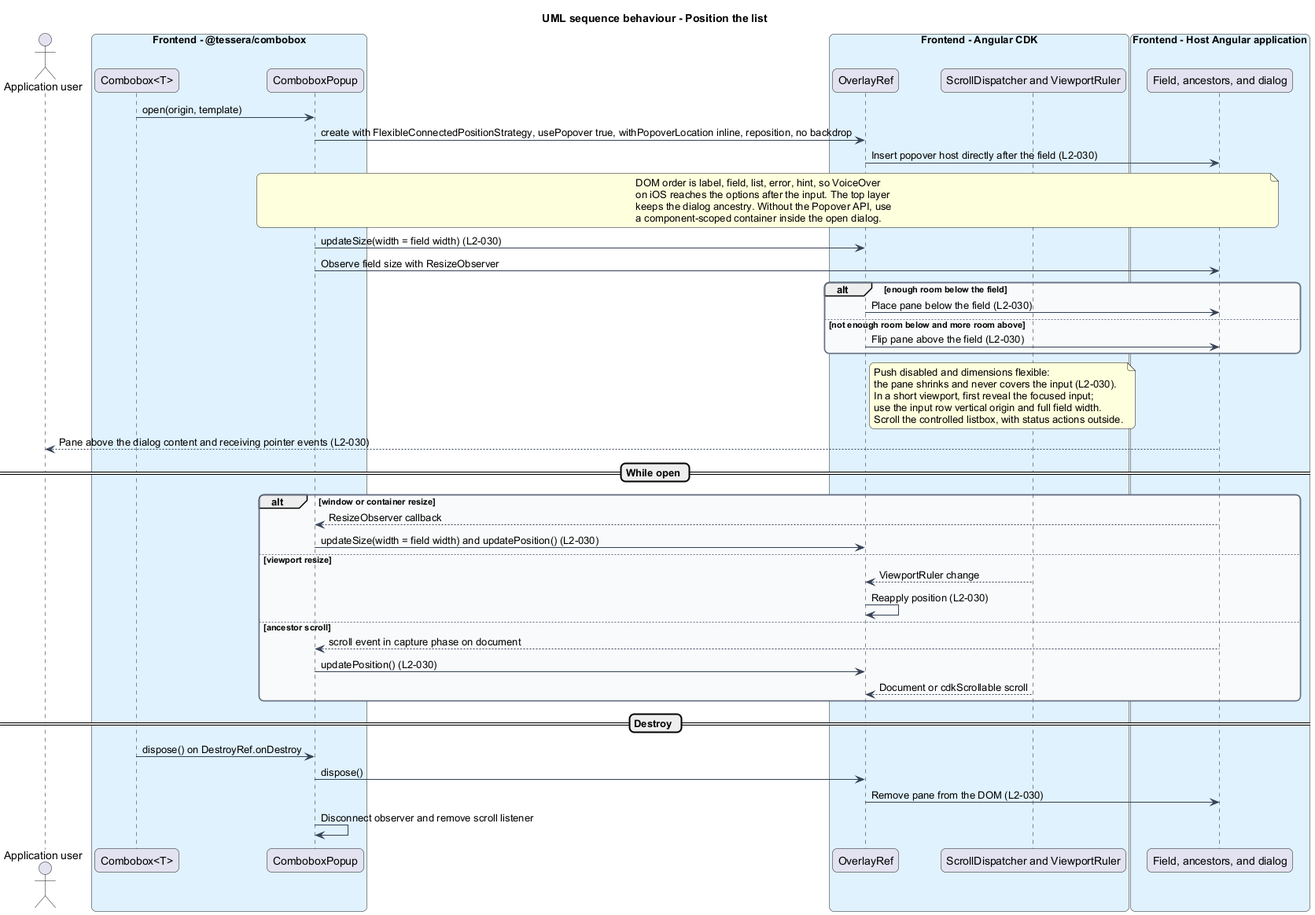
Before: docs/detailed-designs/combobox/open-and-position-list/diagrams/sequence-position.png, a diagram exported from PlantUML (QuinntyneBrown/Tessera). The source it was exported from:
```plantuml
@startuml
title UML sequence behaviour - Position the list
skinparam backgroundColor #FFFFFF
skinparam shadowing false
skinparam roundcorner 12
skinparam defaultFontName Arial
skinparam ArrowColor #344054
skinparam rectangle {
  BorderColor #344054
  FontColor #101828
}
skinparam package {
  BorderColor #667085
  FontColor #101828
  BackgroundColor #F9FAFB
}
actor "Application user" as user
box "Frontend - @tessera/combobox" #E0F2FE
  participant "Combobox<T>" as combo
  participant "ComboboxPopup" as popup
end box
box "Frontend - Angular CDK" #E0F2FE
  participant "OverlayRef" as overlay
  participant "ScrollDispatcher and ViewportRuler" as scroll
end box
box "Frontend - Host Angular application" #E0F2FE
  participant "Field, ancestors, and dialog" as page
end box

combo -> popup : open(origin, template)
popup -> overlay : create with FlexibleConnectedPositionStrategy, usePopover true, withPopoverLocation inline, reposition, no backdrop
overlay -> page : Insert popover host directly after the field (L2-030)
note over popup, page
  DOM order is label, field, list, error, hint, so VoiceOver
  on iOS reaches the options after the input. The top layer
  keeps the dialog ancestry. Without the Popover API, use
  a component-scoped container inside the open dialog.
end note
popup -> overlay : updateSize(width = field width) (L2-030)
popup -> page : Observe field size with ResizeObserver
alt enough room below the field
  overlay -> page : Place pane below the field (L2-030)
else not enough room below and more room above
  overlay -> page : Flip pane above the field (L2-030)
end
note right of overlay
  Push disabled and dimensions flexible:
  the pane shrinks and never covers the input (L2-030).
  In a short viewport, first reveal the focused input;
  use the input row vertical origin and full field width.
  Scroll the controlled listbox, with status actions outside.
end note
page --> user : Pane above the dialog content and receiving pointer events (L2-030)
== While open ==
alt window or container resize
  page --> popup : ResizeObserver callback
  popup -> overlay : updateSize(width = field width) and updatePosition() (L2-030)
else viewport resize
  scroll --> overlay : ViewportRuler change
  overlay -> overlay : Reapply position (L2-030)
else ancestor scroll
  page --> popup : scroll event in capture phase on document
  popup -> overlay : updatePosition() (L2-030)
  scroll --> overlay : Document or cdkScrollable scroll
end
== Destroy ==
combo -> popup : dispose() on DestroyRef.onDestroy
popup -> overlay : dispose()
overlay -> page : Remove pane from the DOM (L2-030)
popup -> popup : Disconnect observer and remove scroll listener
@enduml
```
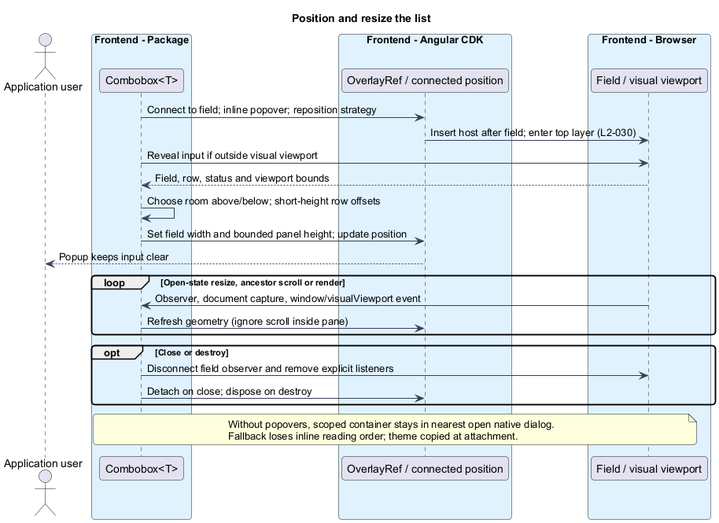
Above is the later version.

Change to the diagram source:
```diff
@@ -1,71 +1,44 @@
 @startuml
-title UML sequence behaviour - Position the list
 skinparam backgroundColor #FFFFFF
 skinparam shadowing false
-skinparam roundcorner 12
+skinparam roundcorner 8
 skinparam defaultFontName Arial
 skinparam ArrowColor #344054
-skinparam rectangle {
+skinparam class {
   BorderColor #344054
-  FontColor #101828
-}
-skinparam package {
-  BorderColor #667085
   FontColor #101828
   BackgroundColor #F9FAFB
 }
+title Position and resize the list
 actor "Application user" as user
-box "Frontend - @tessera/combobox" #E0F2FE
-  participant "Combobox<T>" as combo
-  participant "ComboboxPopup" as popup
+box "Frontend - Package" #E0F2FE
+  participant "Combobox<T>" as cb
 end box
 box "Frontend - Angular CDK" #E0F2FE
-  participant "OverlayRef" as overlay
-  participant "ScrollDispatcher and ViewportRuler" as scroll
+  participant "OverlayRef / connected position" as overlay
 end box
-box "Frontend - Host Angular application" #E0F2FE
-  participant "Field, ancestors, and dialog" as page
+box "Frontend - Browser" #E0F2FE
+  participant "Field / visual viewport" as browser
 end box
 
-combo -> popup : open(origin, template)
-popup -> overlay : create with FlexibleConnectedPositionStrategy, usePopover true, withPopoverLocation inline, reposition, no backdrop
-overlay -> page : Insert popover host directly after the field (L2-030)
-note over popup, page
-  DOM order is label, field, list, error, hint, so VoiceOver
-  on iOS reaches the options after the input. The top layer
-  keeps the dialog ancestry. Without the Popover API, use
-  a component-scoped container inside the open dialog.
+
+cb -> overlay : Connect to field; inline popover; reposition strategy
+overlay -> browser : Insert host after field; enter top layer (L2-030)
+cb -> browser : Reveal input if outside visual viewport
+browser --> cb : Field, row, status and viewport bounds
+cb -> cb : Choose room above/below; short-height row offsets
+cb -> overlay : Set field width and bounded panel height; update position
+overlay --> user : Popup keeps input clear
+loop Open-state resize, ancestor scroll or render
+  browser -> cb : Observer, document capture, window/visualViewport event
+  cb -> overlay : Refresh geometry (ignore scroll inside pane)
+end
+opt Close or destroy
+  cb -> browser : Disconnect field observer and remove explicit listeners
+  cb -> overlay : Detach on close; dispose on destroy
+end
+note over cb, browser
+  Without popovers, scoped container stays in nearest open native dialog.
+  Fallback loses inline reading order; theme copied at attachment.
 end note
-popup -> overlay : updateSize(width = field width) (L2-030)
-popup -> page : Observe field size with ResizeObserver
-alt enough room below the field
-  overlay -> page : Place pane below the field (L2-030)
-else not enough room below and more room above
-  overlay -> page : Flip pane above the field (L2-030)
-end
-note right of overlay
-  Push disabled and dimensions flexible:
-  the pane shrinks and never covers the input (L2-030).
-  In a short viewport, first reveal the focused input;
-  use the input row vertical origin and full field width.
-  Scroll the controlled listbox, with status actions outside.
-end note
-page --> user : Pane above the dialog content and receiving pointer events (L2-030)
-== While open ==
-alt window or container resize
-  page --> popup : ResizeObserver callback
-  popup -> overlay : updateSize(width = field width) and updatePosition() (L2-030)
-else viewport resize
-  scroll --> overlay : ViewportRuler change
-  overlay -> overlay : Reapply position (L2-030)
-else ancestor scroll
-  page --> popup : scroll event in capture phase on document
-  popup -> overlay : updatePosition() (L2-030)
-  scroll --> overlay : Document or cdkScrollable scroll
-end
-== Destroy ==
-combo -> popup : dispose() on DestroyRef.onDestroy
-popup -> overlay : dispose()
-overlay -> page : Remove pane from the DOM (L2-030)
-popup -> popup : Disconnect observer and remove scroll listener
 @enduml
```
